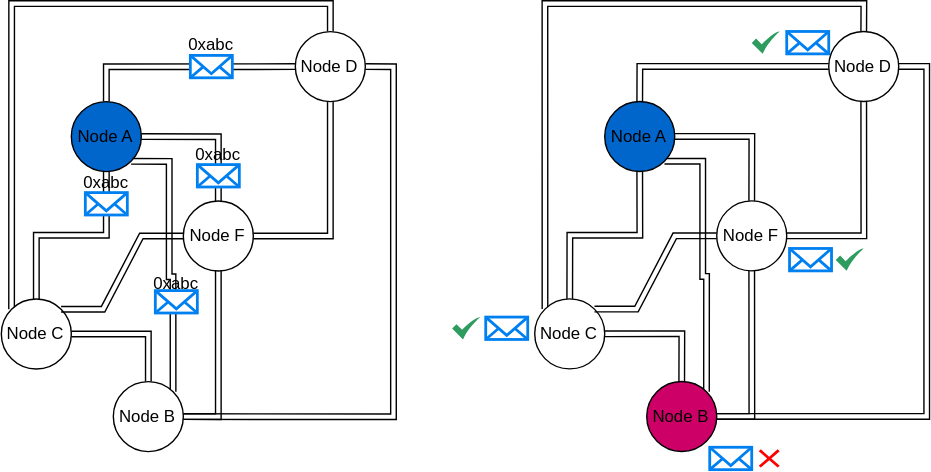
attestate/kiwistand keeps this draw.io diagram as docs/source/_static/set-recon-broadcast.svg. Above is the earlier version. Source tidied: cells renumbered, new cells last; positions are measured from the earlier drawing's top-left corner, leaving out a move shared by most shapes.
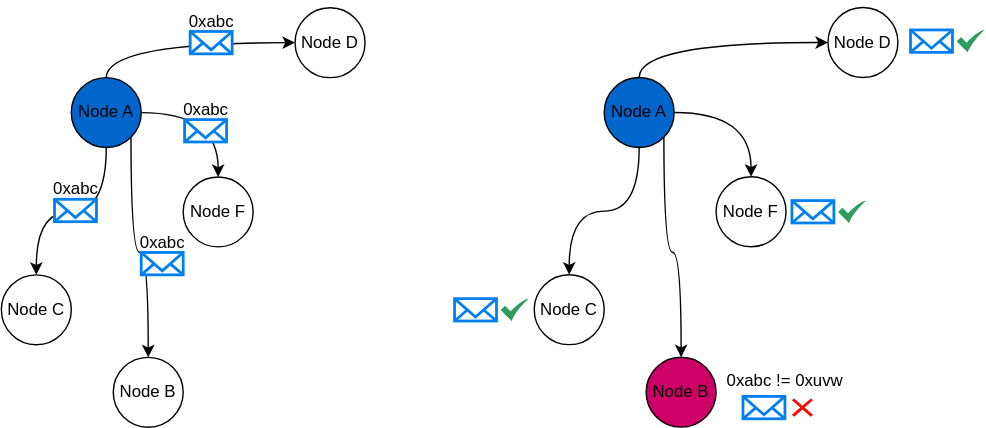
After the change.

Diff of the diagram source:
```diff
@@ -2,165 +2,110 @@
   <root>
     <mxCell id="0" />
     <mxCell id="1" parent="0" />
-    <mxCell id="2" style="edgeStyle=orthogonalEdgeStyle;shape=link;rounded=0;jettySize=auto;html=1;exitX=0.5;exitY=1;exitDx=0;exitDy=0;entryX=0.5;entryY=0;entryDx=0;entryDy=0;curved=1;" parent="1" edge="1" source="6" target="11">
+    <mxCell id="2" style="edgeStyle=orthogonalEdgeStyle;rounded=0;jettySize=auto;html=1;exitX=0.5;exitY=1;exitDx=0;exitDy=0;entryX=0.5;entryY=0;entryDx=0;entryDy=0;curved=1;" parent="1" edge="1" source="6" target="8">
       <mxGeometry relative="1" as="geometry" />
     </mxCell>
-    <mxCell id="3" style="edgeStyle=orthogonalEdgeStyle;shape=link;rounded=0;jettySize=auto;html=1;exitX=1;exitY=0.5;exitDx=0;exitDy=0;entryX=0.5;entryY=0;entryDx=0;entryDy=0;curved=1;" parent="1" edge="1" source="6" target="16">
+    <mxCell id="3" style="edgeStyle=orthogonalEdgeStyle;rounded=0;jettySize=auto;html=1;exitX=1;exitY=0.5;exitDx=0;exitDy=0;entryX=0.5;entryY=0;entryDx=0;entryDy=0;curved=1;" parent="1" edge="1" source="6" target="10">
       <mxGeometry relative="1" as="geometry" />
     </mxCell>
-    <mxCell id="4" style="edgeStyle=orthogonalEdgeStyle;shape=link;rounded=0;jettySize=auto;html=1;exitX=0.5;exitY=0;exitDx=0;exitDy=0;entryX=0;entryY=0.5;entryDx=0;entryDy=0;curved=1;" parent="1" edge="1" source="6" target="13">
+    <mxCell id="4" style="edgeStyle=orthogonalEdgeStyle;rounded=0;jettySize=auto;html=1;exitX=0.5;exitY=0;exitDx=0;exitDy=0;entryX=0;entryY=0.5;entryDx=0;entryDy=0;curved=1;" parent="1" edge="1" source="6" target="9">
       <mxGeometry relative="1" as="geometry" />
     </mxCell>
-    <mxCell id="5" style="edgeStyle=orthogonalEdgeStyle;shape=link;rounded=0;jettySize=auto;html=1;exitX=1;exitY=1;exitDx=0;exitDy=0;entryX=1;entryY=0;entryDx=0;entryDy=0;curved=1;" parent="1" edge="1" source="6" target="8">
-      <mxGeometry relative="1" as="geometry">
-        <Array as="points">
-          <mxPoint x="120.5" y="113" />
-          <mxPoint x="120.5" y="195" />
-          <mxPoint x="123.5" y="195" />
-        </Array>
-      </mxGeometry>
+    <mxCell id="5" style="edgeStyle=orthogonalEdgeStyle;rounded=0;jettySize=auto;html=1;exitX=1;exitY=1;exitDx=0;exitDy=0;curved=1;entryX=0.5;entryY=0;entryDx=0;entryDy=0;" parent="1" edge="1" source="6" target="7">
+      <mxGeometry relative="1" as="geometry" />
     </mxCell>
     <mxCell id="6" value="Node A" style="ellipse;whiteSpace=wrap;html=1;fillColor=#0066CC;" parent="1" vertex="1">
-      <mxGeometry x="50.5" y="70" width="50" height="50" as="geometry" />
+      <mxGeometry x="386" y="100" width="50" height="50" as="geometry" />
     </mxCell>
-    <mxCell id="7" style="edgeStyle=orthogonalEdgeStyle;shape=link;rounded=0;jettySize=auto;html=1;exitX=1;exitY=0.5;exitDx=0;exitDy=0;entryX=0.5;entryY=1;entryDx=0;entryDy=0;curved=1;" parent="1" edge="1" source="8" target="16">
-      <mxGeometry relative="1" as="geometry" />
+    <mxCell id="7" value="&lt;div&gt;Node B&lt;/div&gt;" style="ellipse;whiteSpace=wrap;html=1;" parent="1" vertex="1">
+      <mxGeometry x="416" y="300" width="50" height="50" as="geometry" />
     </mxCell>
-    <mxCell id="8" value="&lt;div&gt;Node B&lt;/div&gt;" style="ellipse;whiteSpace=wrap;html=1;" parent="1" vertex="1">
-      <mxGeometry x="80.5" y="270" width="50" height="50" as="geometry" />
+    <mxCell id="8" value="&lt;div&gt;Node C&lt;br&gt;&lt;/div&gt;" style="ellipse;whiteSpace=wrap;html=1;" parent="1" vertex="1">
+      <mxGeometry x="336" y="241" width="50" height="50" as="geometry" />
     </mxCell>
-    <mxCell id="9" style="edgeStyle=orthogonalEdgeStyle;shape=link;rounded=0;jettySize=auto;html=1;exitX=1;exitY=0.5;exitDx=0;exitDy=0;entryX=0.5;entryY=0;entryDx=0;entryDy=0;curved=1;" parent="1" edge="1" source="11" target="8">
-      <mxGeometry relative="1" as="geometry" />
+    <mxCell id="9" value="&lt;div&gt;Node D&lt;br&gt;&lt;/div&gt;" style="ellipse;whiteSpace=wrap;html=1;" parent="1" vertex="1">
+      <mxGeometry x="546" y="50" width="50" height="50" as="geometry" />
     </mxCell>
-    <mxCell id="10" style="edgeStyle=orthogonalEdgeStyle;shape=link;rounded=0;jettySize=auto;html=1;exitX=0;exitY=0;exitDx=0;exitDy=0;entryX=0.5;entryY=0;entryDx=0;entryDy=0;curved=1;" parent="1" edge="1" source="11" target="13">
-      <mxGeometry relative="1" as="geometry">
-        <Array as="points">
-          <mxPoint x="7.5" />
-          <mxPoint x="235.5" />
-        </Array>
-      </mxGeometry>
+    <mxCell id="10" value="&lt;div&gt;Node F&lt;br&gt;&lt;/div&gt;" style="ellipse;whiteSpace=wrap;html=1;" parent="1" vertex="1">
+      <mxGeometry x="466" y="171" width="50" height="50" as="geometry" />
     </mxCell>
-    <mxCell id="11" value="&lt;div&gt;Node C&lt;br&gt;&lt;/div&gt;" style="ellipse;whiteSpace=wrap;html=1;" parent="1" vertex="1">
-      <mxGeometry x="0.5" y="211" width="50" height="50" as="geometry" />
+    <mxCell id="11" style="html=1;verticalLabelPosition=bottom;align=center;labelBackgroundColor=#ffffff;verticalAlign=top;strokeWidth=2;strokeColor=#0080F0;shadow=0;dashed=0;shape=mxgraph.ios7.icons.mail;" parent="1" vertex="1">
+      <mxGeometry x="471" y="67" width="30" height="16" as="geometry" />
     </mxCell>
-    <mxCell id="12" style="edgeStyle=orthogonalEdgeStyle;shape=link;rounded=0;jettySize=auto;html=1;exitX=1;exitY=0.5;exitDx=0;exitDy=0;entryX=1;entryY=0.5;entryDx=0;entryDy=0;curved=1;" parent="1" edge="1" source="13" target="8">
-      <mxGeometry relative="1" as="geometry" />
+    <mxCell id="12" style="html=1;verticalLabelPosition=bottom;align=center;labelBackgroundColor=#ffffff;verticalAlign=top;strokeWidth=2;strokeColor=#0080F0;shadow=0;dashed=0;shape=mxgraph.ios7.icons.mail;" parent="1" vertex="1">
+      <mxGeometry x="374" y="187" width="30" height="16" as="geometry" />
     </mxCell>
-    <mxCell id="13" value="&lt;div&gt;Node D&lt;br&gt;&lt;/div&gt;" style="ellipse;whiteSpace=wrap;html=1;" parent="1" vertex="1">
-      <mxGeometry x="210.5" y="20" width="50" height="50" as="geometry" />
+    <mxCell id="13" style="html=1;verticalLabelPosition=bottom;align=center;labelBackgroundColor=#ffffff;verticalAlign=top;strokeWidth=2;strokeColor=#0080F0;shadow=0;dashed=0;shape=mxgraph.ios7.icons.mail;" parent="1" vertex="1">
+      <mxGeometry x="436" y="225" width="30" height="16" as="geometry" />
     </mxCell>
-    <mxCell id="14" style="edgeStyle=orthogonalEdgeStyle;shape=link;rounded=0;jettySize=auto;html=1;exitX=1;exitY=0.5;exitDx=0;exitDy=0;entryX=0.5;entryY=1;entryDx=0;entryDy=0;curved=1;" parent="1" edge="1" source="16" target="13">
-      <mxGeometry relative="1" as="geometry" />
+    <mxCell id="14" style="html=1;verticalLabelPosition=bottom;align=center;labelBackgroundColor=#ffffff;verticalAlign=top;strokeWidth=2;strokeColor=#0080F0;shadow=0;dashed=0;shape=mxgraph.ios7.icons.mail;" parent="1" vertex="1">
+      <mxGeometry x="467" y="130" width="30" height="16" as="geometry" />
     </mxCell>
-    <mxCell id="15" style="edgeStyle=entityRelationEdgeStyle;shape=link;rounded=0;jettySize=auto;html=1;exitX=0;exitY=0.5;exitDx=0;exitDy=0;entryX=1;entryY=0;entryDx=0;entryDy=0;" parent="1" edge="1" source="16" target="11">
-      <mxGeometry relative="1" as="geometry" />
+    <mxCell id="15" value="0xabc" style="text;html=1;align=center;verticalAlign=middle;strokeColor=none;fillColor=none;" parent="1" vertex="1">
+      <mxGeometry x="456" y="45" width="60" height="30" as="geometry" />
     </mxCell>
-    <mxCell id="16" value="&lt;div&gt;Node F&lt;br&gt;&lt;/div&gt;" style="ellipse;whiteSpace=wrap;html=1;" parent="1" vertex="1">
-      <mxGeometry x="130.5" y="141" width="50" height="50" as="geometry" />
+    <mxCell id="16" value="0xabc" style="text;html=1;align=center;verticalAlign=middle;points=[];strokeColor=none;fillColor=none;" parent="1" vertex="1">
+      <mxGeometry x="452" y="108" width="60" height="30" as="geometry" />
     </mxCell>
-    <mxCell id="17" style="html=1;verticalLabelPosition=bottom;align=center;labelBackgroundColor=#ffffff;verticalAlign=top;strokeWidth=2;strokeColor=#0080F0;shadow=0;dashed=0;shape=mxgraph.ios7.icons.mail;" parent="1" vertex="1">
-      <mxGeometry x="135.5" y="37" width="30" height="16" as="geometry" />
+    <mxCell id="17" value="0xabc" style="text;html=1;align=center;verticalAlign=middle;strokeColor=none;fillColor=none;" parent="1" vertex="1">
+      <mxGeometry x="359" y="165" width="60" height="30" as="geometry" />
     </mxCell>
-    <mxCell id="18" style="html=1;verticalLabelPosition=bottom;align=center;labelBackgroundColor=#ffffff;verticalAlign=top;strokeWidth=2;strokeColor=#0080F0;shadow=0;dashed=0;shape=mxgraph.ios7.icons.mail;" parent="1" vertex="1">
-      <mxGeometry x="60.5" y="135" width="30" height="16" as="geometry" />
+    <mxCell id="18" value="0xabc" style="text;html=1;align=center;verticalAlign=middle;strokeColor=none;fillColor=none;" parent="1" vertex="1">
+      <mxGeometry x="421" y="203" width="60" height="30" as="geometry" />
     </mxCell>
-    <mxCell id="19" style="html=1;verticalLabelPosition=bottom;align=center;labelBackgroundColor=#ffffff;verticalAlign=top;strokeWidth=2;strokeColor=#0080F0;shadow=0;dashed=0;shape=mxgraph.ios7.icons.mail;" parent="1" vertex="1">
-      <mxGeometry x="110.5" y="205" width="30" height="16" as="geometry" />
+    <mxCell id="19" style="edgeStyle=orthogonalEdgeStyle;rounded=0;jettySize=auto;html=1;exitX=0.5;exitY=1;exitDx=0;exitDy=0;entryX=0.5;entryY=0;entryDx=0;entryDy=0;curved=1;" parent="1" edge="1" source="23" target="25">
+      <mxGeometry relative="1" as="geometry" />
     </mxCell>
-    <mxCell id="20" style="html=1;verticalLabelPosition=bottom;align=center;labelBackgroundColor=#ffffff;verticalAlign=top;strokeWidth=2;strokeColor=#0080F0;shadow=0;dashed=0;shape=mxgraph.ios7.icons.mail;" parent="1" vertex="1">
-      <mxGeometry x="140.5" y="115" width="30" height="16" as="geometry" />
+    <mxCell id="20" style="edgeStyle=orthogonalEdgeStyle;rounded=0;jettySize=auto;html=1;exitX=1;exitY=0.5;exitDx=0;exitDy=0;entryX=0.5;entryY=0;entryDx=0;entryDy=0;curved=1;" parent="1" edge="1" source="23" target="27">
+      <mxGeometry relative="1" as="geometry" />
     </mxCell>
-    <mxCell id="21" value="0xabc" style="text;html=1;align=center;verticalAlign=middle;strokeColor=none;fillColor=none;" parent="1" vertex="1">
-      <mxGeometry x="120.5" y="15" width="60" height="30" as="geometry" />
+    <mxCell id="21" style="edgeStyle=orthogonalEdgeStyle;rounded=0;jettySize=auto;html=1;exitX=0.5;exitY=0;exitDx=0;exitDy=0;entryX=0;entryY=0.5;entryDx=0;entryDy=0;curved=1;" parent="1" edge="1" source="23" target="26">
+      <mxGeometry relative="1" as="geometry" />
     </mxCell>
-    <mxCell id="22" value="0xabc" style="text;html=1;align=center;verticalAlign=middle;strokeColor=none;fillColor=none;" parent="1" vertex="1">
-      <mxGeometry x="125.5" y="93" width="60" height="30" as="geometry" />
+    <mxCell id="22" style="edgeStyle=orthogonalEdgeStyle;rounded=0;jettySize=auto;html=1;exitX=1;exitY=1;exitDx=0;exitDy=0;entryX=0.5;entryY=0;entryDx=0;entryDy=0;curved=1;" parent="1" edge="1" source="23" target="24">
+      <mxGeometry relative="1" as="geometry" />
     </mxCell>
-    <mxCell id="23" value="0xabc" style="text;html=1;align=center;verticalAlign=middle;points=[];strokeColor=none;fillColor=none;" parent="1" vertex="1">
-      <mxGeometry x="45.5" y="113" width="60" height="30" as="geometry" />
+    <mxCell id="23" value="Node A" style="ellipse;whiteSpace=wrap;html=1;fillColor=#0066CC;" parent="1" vertex="1">
+      <mxGeometry x="767" y="99.9" width="50" height="50" as="geometry" />
     </mxCell>
-    <mxCell id="24" value="0xabc" style="text;html=1;align=center;verticalAlign=middle;points=[];strokeColor=none;fillColor=none;" parent="1" vertex="1">
-      <mxGeometry x="95.5" y="185" width="60" height="30" as="geometry" />
+    <mxCell id="24" value="&lt;div&gt;Node B&lt;/div&gt;" style="ellipse;whiteSpace=wrap;html=1;fillColor=#CC0066;" parent="1" vertex="1">
+      <mxGeometry x="797" y="299.9" width="50" height="50" as="geometry" />
     </mxCell>
-    <mxCell id="25" style="edgeStyle=orthogonalEdgeStyle;shape=link;rounded=0;jettySize=auto;html=1;exitX=0.5;exitY=1;exitDx=0;exitDy=0;entryX=0.5;entryY=0;entryDx=0;entryDy=0;curved=1;" parent="1" edge="1" source="29" target="34">
-      <mxGeometry relative="1" as="geometry" />
+    <mxCell id="25" value="&lt;div&gt;Node C&lt;br&gt;&lt;/div&gt;" style="ellipse;whiteSpace=wrap;html=1;" parent="1" vertex="1">
+      <mxGeometry x="717" y="240.9" width="50" height="50" as="geometry" />
     </mxCell>
-    <mxCell id="26" style="edgeStyle=orthogonalEdgeStyle;shape=link;rounded=0;jettySize=auto;html=1;exitX=1;exitY=0.5;exitDx=0;exitDy=0;entryX=0.5;entryY=0;entryDx=0;entryDy=0;curved=1;" parent="1" edge="1" source="29" target="39">
-      <mxGeometry relative="1" as="geometry" />
+    <mxCell id="26" value="&lt;div&gt;Node D&lt;br&gt;&lt;/div&gt;" style="ellipse;whiteSpace=wrap;html=1;" parent="1" vertex="1">
+      <mxGeometry x="927" y="49.9" width="50" height="50" as="geometry" />
     </mxCell>
-    <mxCell id="27" style="edgeStyle=orthogonalEdgeStyle;shape=link;rounded=0;jettySize=auto;html=1;exitX=0.5;exitY=0;exitDx=0;exitDy=0;entryX=0;entryY=0.5;entryDx=0;entryDy=0;curved=1;" parent="1" edge="1" source="29" target="36">
-      <mxGeometry relative="1" as="geometry" />
+    <mxCell id="27" value="&lt;div&gt;Node F&lt;br&gt;&lt;/div&gt;" style="ellipse;whiteSpace=wrap;html=1;" parent="1" vertex="1">
+      <mxGeometry x="847" y="170.9" width="50" height="50" as="geometry" />
     </mxCell>
-    <mxCell id="28" style="edgeStyle=orthogonalEdgeStyle;shape=link;rounded=0;jettySize=auto;html=1;exitX=1;exitY=1;exitDx=0;exitDy=0;entryX=1;entryY=0;entryDx=0;entryDy=0;curved=1;" parent="1" edge="1" source="29" target="31">
-      <mxGeometry relative="1" as="geometry">
-        <Array as="points">
-          <mxPoint x="501.5" y="112.9" />
-          <mxPoint x="501.5" y="194.9" />
-          <mxPoint x="504.5" y="194.9" />
-        </Array>
-      </mxGeometry>
+    <mxCell id="28" style="html=1;verticalLabelPosition=bottom;align=center;labelBackgroundColor=#ffffff;verticalAlign=top;strokeWidth=2;strokeColor=#0080F0;shadow=0;dashed=0;shape=mxgraph.ios7.icons.mail;" parent="1" vertex="1">
+      <mxGeometry x="660" y="258" width="30" height="16" as="geometry" />
     </mxCell>
-    <mxCell id="29" value="Node A" style="ellipse;whiteSpace=wrap;html=1;fillColor=#0066CC;" parent="1" vertex="1">
-      <mxGeometry x="431.5" y="69.9" width="50" height="50" as="geometry" />
+    <mxCell id="29" style="sketch=0;html=1;strokeColor=none;shadow=0;align=center;fillColor=#2D9C5E;verticalAlign=top;labelPosition=center;verticalLabelPosition=bottom;shape=mxgraph.gcp2.check;" parent="1" vertex="1">
+      <mxGeometry x="693" y="258" width="20" height="16" as="geometry" />
     </mxCell>
-    <mxCell id="30" style="edgeStyle=orthogonalEdgeStyle;shape=link;rounded=0;jettySize=auto;html=1;exitX=1;exitY=0.5;exitDx=0;exitDy=0;entryX=0.5;entryY=1;entryDx=0;entryDy=0;curved=1;" parent="1" edge="1" source="31" target="39">
-      <mxGeometry relative="1" as="geometry" />
+    <mxCell id="30" style="html=1;verticalLabelPosition=bottom;align=center;labelBackgroundColor=#ffffff;verticalAlign=top;strokeWidth=2;strokeColor=#0080F0;shadow=0;dashed=0;shape=mxgraph.ios7.icons.mail;" parent="1" vertex="1">
+      <mxGeometry x="866.2" y="327.9" width="30" height="16" as="geometry" />
     </mxCell>
-    <mxCell id="31" value="&lt;div&gt;Node B&lt;/div&gt;" style="ellipse;whiteSpace=wrap;html=1;fillColor=#CC0066;" parent="1" vertex="1">
-      <mxGeometry x="461.5" y="269.9" width="50" height="50" as="geometry" />
+    <mxCell id="31" style="shape=mxgraph.mockup.markup.redX;fillColor=#ff0000;html=1;shadow=0;whiteSpace=wrap;strokeColor=none;" parent="1" vertex="1">
+      <mxGeometry x="901.2" y="329.4" width="15" height="13" as="geometry" />
     </mxCell>
-    <mxCell id="32" style="edgeStyle=orthogonalEdgeStyle;shape=link;rounded=0;jettySize=auto;html=1;exitX=1;exitY=0.5;exitDx=0;exitDy=0;entryX=0.5;entryY=0;entryDx=0;entryDy=0;curved=1;" parent="1" edge="1" source="34" target="31">
-      <mxGeometry relative="1" as="geometry" />
+    <mxCell id="32" style="html=1;verticalLabelPosition=bottom;align=center;labelBackgroundColor=#ffffff;verticalAlign=top;strokeWidth=2;strokeColor=#0080F0;shadow=0;dashed=0;shape=mxgraph.ios7.icons.mail;" parent="1" vertex="1">
+      <mxGeometry x="901.2" y="187.9" width="30" height="16" as="geometry" />
     </mxCell>
-    <mxCell id="33" style="edgeStyle=orthogonalEdgeStyle;shape=link;rounded=0;jettySize=auto;html=1;exitX=0;exitY=0;exitDx=0;exitDy=0;entryX=0.5;entryY=0;entryDx=0;entryDy=0;curved=1;" parent="1" edge="1" source="34" target="36">
-      <mxGeometry relative="1" as="geometry">
-        <Array as="points">
-          <mxPoint x="388.5" y="-0.1" />
-          <mxPoint x="616.5" y="-0.1" />
-        </Array>
-      </mxGeometry>
+    <mxCell id="33" style="sketch=0;html=1;strokeColor=none;shadow=0;align=center;fillColor=#2D9C5E;verticalAlign=top;labelPosition=center;verticalLabelPosition=bottom;shape=mxgraph.gcp2.check;" parent="1" vertex="1">
+      <mxGeometry x="934.2" y="187.9" width="20" height="16" as="geometry" />
     </mxCell>
-    <mxCell id="34" value="&lt;div&gt;Node C&lt;br&gt;&lt;/div&gt;" style="ellipse;whiteSpace=wrap;html=1;" parent="1" vertex="1">
-      <mxGeometry x="381.5" y="210.9" width="50" height="50" as="geometry" />
+    <mxCell id="34" value="0xabc != 0xuvw" style="text;html=1;align=center;verticalAlign=middle;points=[];strokeColor=none;fillColor=none;" parent="1" vertex="1">
+      <mxGeometry x="841" y="302" width="110" height="30" as="geometry" />
     </mxCell>
-    <mxCell id="35" style="edgeStyle=orthogonalEdgeStyle;shape=link;rounded=0;jettySize=auto;html=1;exitX=1;exitY=0.5;exitDx=0;exitDy=0;entryX=1;entryY=0.5;entryDx=0;entryDy=0;curved=1;" parent="1" edge="1" source="36" target="31">
-      <mxGeometry relative="1" as="geometry" />
+    <mxCell id="35" style="html=1;verticalLabelPosition=bottom;align=center;labelBackgroundColor=#ffffff;verticalAlign=top;strokeWidth=2;strokeColor=#0080F0;shadow=0;dashed=0;shape=mxgraph.ios7.icons.mail;" parent="1" vertex="1">
+      <mxGeometry x="986" y="65.9" width="30" height="16" as="geometry" />
     </mxCell>
-    <mxCell id="36" value="&lt;div&gt;Node D&lt;br&gt;&lt;/div&gt;" style="ellipse;whiteSpace=wrap;html=1;" parent="1" vertex="1">
-      <mxGeometry x="591.5" y="19.9" width="50" height="50" as="geometry" />
+    <mxCell id="36" style="sketch=0;html=1;strokeColor=none;shadow=0;align=center;fillColor=#2D9C5E;verticalAlign=top;labelPosition=center;verticalLabelPosition=bottom;shape=mxgraph.gcp2.check;" parent="1" vertex="1">
+      <mxGeometry x="1019" y="65.9" width="20" height="16" as="geometry" />
     </mxCell>
-    <mxCell id="37" style="edgeStyle=orthogonalEdgeStyle;shape=link;rounded=0;jettySize=auto;html=1;exitX=1;exitY=0.5;exitDx=0;exitDy=0;entryX=0.5;entryY=1;entryDx=0;entryDy=0;curved=1;" parent="1" edge="1" source="39" target="36">
-      <mxGeometry relative="1" as="geometry" />
-    </mxCell>
-    <mxCell id="38" style="edgeStyle=entityRelationEdgeStyle;shape=link;rounded=0;jettySize=auto;html=1;exitX=0;exitY=0.5;exitDx=0;exitDy=0;entryX=1;entryY=0;entryDx=0;entryDy=0;" parent="1" edge="1" source="39" target="34">
-      <mxGeometry relative="1" as="geometry" />
-    </mxCell>
-    <mxCell id="39" value="&lt;div&gt;Node F&lt;br&gt;&lt;/div&gt;" style="ellipse;whiteSpace=wrap;html=1;" parent="1" vertex="1">
-      <mxGeometry x="511.5" y="140.9" width="50" height="50" as="geometry" />
-    </mxCell>
-    <mxCell id="40" style="html=1;verticalLabelPosition=bottom;align=center;labelBackgroundColor=#ffffff;verticalAlign=top;strokeWidth=2;strokeColor=#0080F0;shadow=0;dashed=0;shape=mxgraph.ios7.icons.mail;" parent="1" vertex="1">
-      <mxGeometry x="561.5" y="19.9" width="30" height="16" as="geometry" />
-    </mxCell>
-    <mxCell id="41" style="html=1;verticalLabelPosition=bottom;align=center;labelBackgroundColor=#ffffff;verticalAlign=top;strokeWidth=2;strokeColor=#0080F0;shadow=0;dashed=0;shape=mxgraph.ios7.icons.mail;" parent="1" vertex="1">
-      <mxGeometry x="346.5" y="223.9" width="30" height="16" as="geometry" />
-    </mxCell>
-    <mxCell id="42" style="html=1;verticalLabelPosition=bottom;align=center;labelBackgroundColor=#ffffff;verticalAlign=top;strokeWidth=2;strokeColor=#0080F0;shadow=0;dashed=0;shape=mxgraph.ios7.icons.mail;" parent="1" vertex="1">
-      <mxGeometry x="563.5" y="174.9" width="30" height="16" as="geometry" />
-    </mxCell>
-    <mxCell id="43" style="sketch=0;html=1;strokeColor=none;shadow=0;align=center;fillColor=#2D9C5E;verticalAlign=top;labelPosition=center;verticalLabelPosition=bottom;shape=mxgraph.gcp2.check;" parent="1" vertex="1">
-      <mxGeometry x="536.5" y="19.9" width="20" height="16" as="geometry" />
-    </mxCell>
-    <mxCell id="44" style="sketch=0;html=1;strokeColor=none;shadow=0;align=center;fillColor=#2D9C5E;verticalAlign=top;labelPosition=center;verticalLabelPosition=bottom;shape=mxgraph.gcp2.check;" parent="1" vertex="1">
-      <mxGeometry x="322.5" y="223.9" width="20" height="16" as="geometry" />
-    </mxCell>
-    <mxCell id="45" style="sketch=0;html=1;strokeColor=none;shadow=0;align=center;fillColor=#2D9C5E;verticalAlign=top;labelPosition=center;verticalLabelPosition=bottom;shape=mxgraph.gcp2.check;" parent="1" vertex="1">
-      <mxGeometry x="596.5" y="174.9" width="20" height="16" as="geometry" />
-    </mxCell>
-    <mxCell id="46" style="html=1;verticalLabelPosition=bottom;align=center;labelBackgroundColor=#ffffff;verticalAlign=top;strokeWidth=2;strokeColor=#0080F0;shadow=0;dashed=0;shape=mxgraph.ios7.icons.mail;" parent="1" vertex="1">
-      <mxGeometry x="506.5" y="316.9" width="30" height="16" as="geometry" />
-    </mxCell>
-    <mxCell id="47" style="shape=mxgraph.mockup.markup.redX;fillColor=#ff0000;html=1;shadow=0;whiteSpace=wrap;strokeColor=none;" parent="1" vertex="1">
-      <mxGeometry x="541.5" y="318.4" width="15" height="13" as="geometry" />
-    </mxCell>
   </root>
 </mxGraphModel>
```
